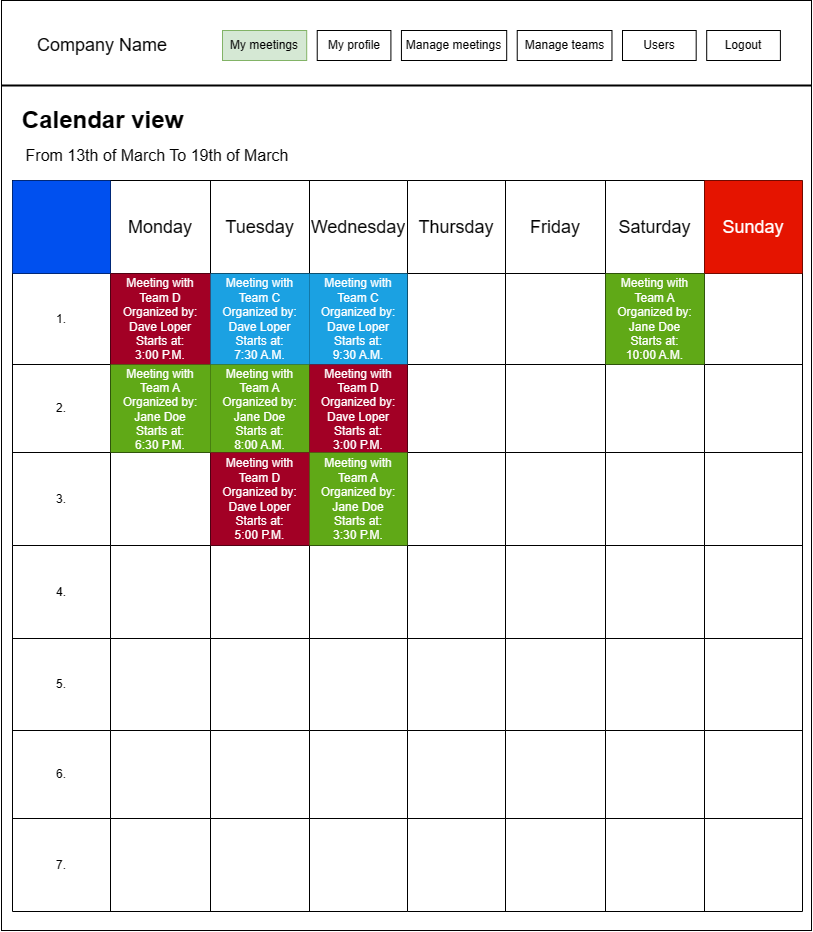
This is Dokumentáció/Pictures/Screen plans/my_meetings.drawio.png from gyorkistamas/afp2-2023-tavasz-stopinventing, a draw.io export, as it was before one commit. Source tidied: cells renumbered, new cells last; positions are measured from the earlier drawing's top-left corner, leaving out a move shared by most shapes.
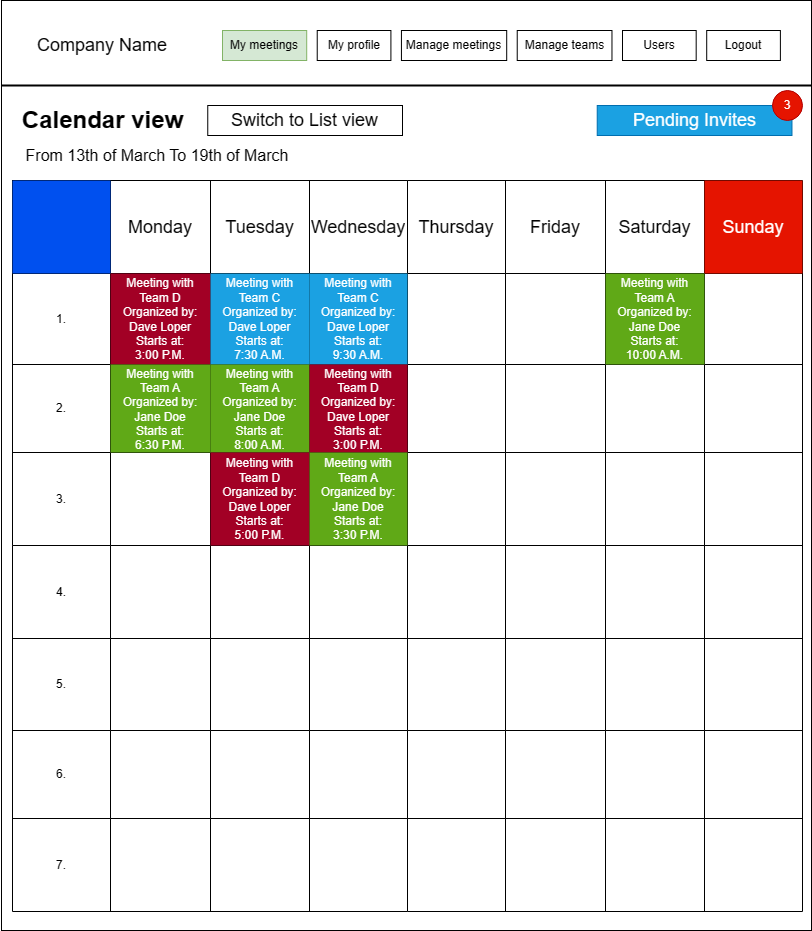
After the change.

Commit message:
Edited screen plans

Change to the diagram source:
```diff
@@ -254,5 +254,17 @@
     <mxCell id="85" style="shape=partialRectangle;html=1;whiteSpace=wrap;strokeColor=inherit;overflow=hidden;fillColor=none;top=0;left=0;bottom=0;right=0;" parent="77" vertex="1">
       <mxGeometry x="692" width="98" height="93" as="geometry" />
     </mxCell>
+    <mxCell id="86" value="&lt;font style=&quot;font-size: 18px;&quot;&gt;Switch to List view&lt;/font&gt;" style="rounded=0;whiteSpace=wrap;html=1;" parent="1" vertex="1">
+      <mxGeometry x="206.3" y="105" width="194.7" height="30" as="geometry" />
+    </mxCell>
+    <mxCell id="87" style="group;" parent="1" vertex="1">
+      <mxGeometry x="595.7" y="90" width="205.3" height="45" as="geometry" />
+    </mxCell>
+    <mxCell id="88" value="&lt;font style=&quot;font-size: 18px;&quot;&gt;Pending Invites&lt;/font&gt;" style="rounded=0;whiteSpace=wrap;html=1;fillColor=#1ba1e2;fontColor=#ffffff;strokeColor=#006EAF;" parent="87" vertex="1">
+      <mxGeometry y="15" width="194.7" height="30" as="geometry" />
+    </mxCell>
+    <mxCell id="89" value="3" style="ellipse;whiteSpace=wrap;html=1;fillColor=#e51400;fontColor=#ffffff;strokeColor=#B20000;" parent="87" vertex="1">
+      <mxGeometry x="175.3" width="30" height="30" as="geometry" />
+    </mxCell>
   </root>
 </mxGraphModel>
```
